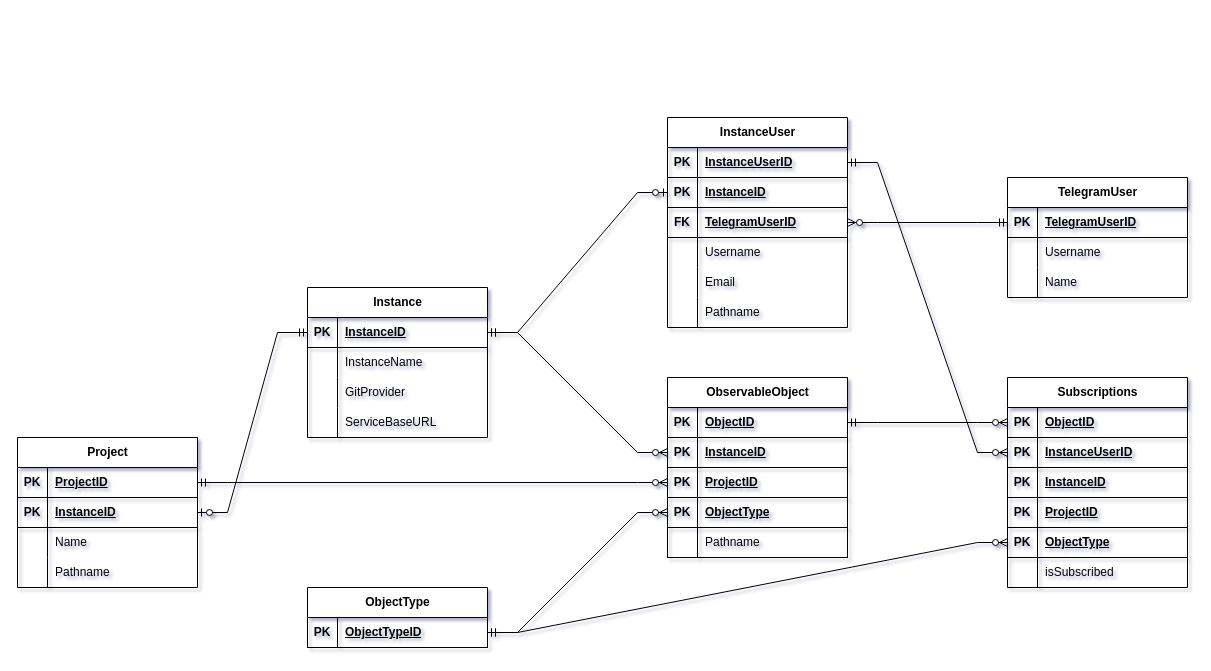
mosoveru/blamebot keeps this draw.io diagram as artifacts/ER-diagram.drawio. Above is the earlier version. Source tidied: cells renumbered, new cells numbered last; positions are measured from the earlier drawing's top-left corner, leaving out a move shared by most shapes. Both pictures are drawn from the tidied source at 100%, with x=0, y=0 at pixel (17, 117).
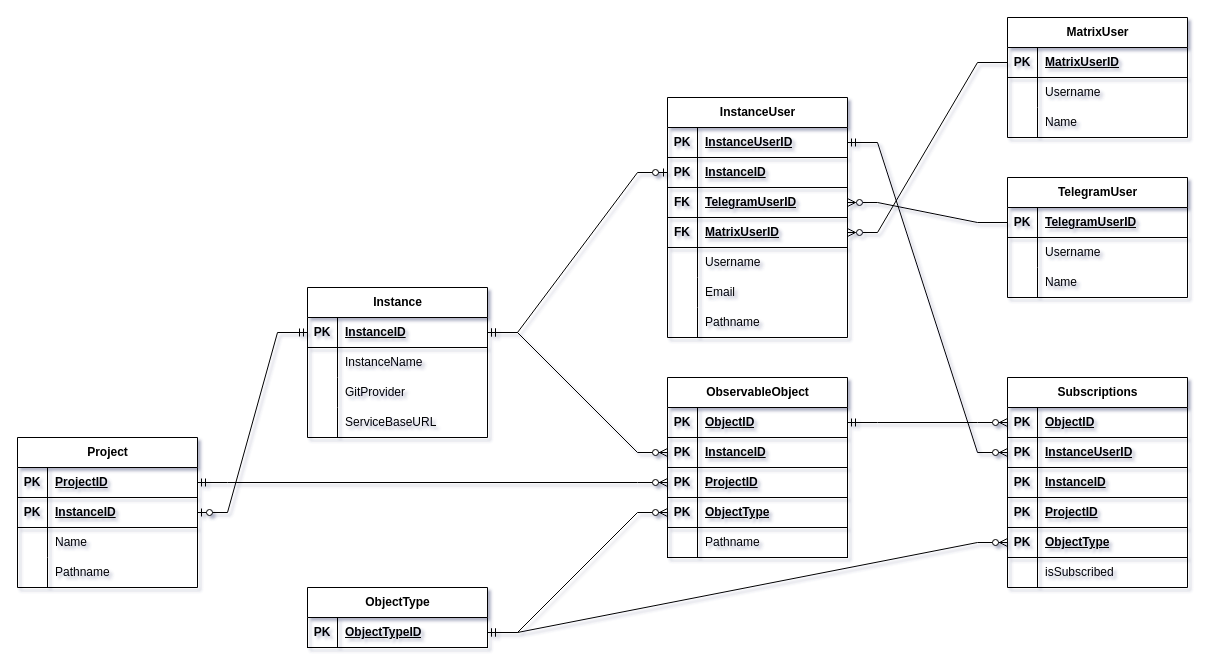
After the change.

Commit message:
chore: update ER diagram according new matrix bot interface

The change refers to these unchanged cells:
```xml
<mxCell id="16" style="shape=tableRow;horizontal=0;startSize=0;swimlaneHead=0;swimlaneBody=0;fillColor=none;points=[[0,0.5],[1,0.5]];portConstraint=eastwest;top=0;left=0;right=0;bottom=1;" parent="15" vertex="1">
  <mxGeometry y="30" width="180" height="30" as="geometry" />
</mxCell>
<mxCell id="83" style="shape=tableRow;horizontal=0;startSize=0;swimlaneHead=0;swimlaneBody=0;fillColor=none;points=[[0,0.5],[1,0.5]];portConstraint=eastwest;top=0;left=0;right=0;bottom=1;" parent="76" vertex="1">
  <mxGeometry y="90" width="180" height="30" as="geometry" />
</mxCell>
```

Diff of the diagram source:
```diff
@@
     <mxCell id="76" value="InstanceUser" style="shape=table;startSize=30;childLayout=tableLayout;rowLines=0;fontStyle=1;align=center;html=1;" parent="1" vertex="1">
-      <mxGeometry x="650" width="180" height="210" as="geometry" />
+      <mxGeometry x="650" y="-20" width="180" height="240" as="geometry" />
     </mxCell>
@@
+    <mxCell id="105" style="shape=tableRow;horizontal=0;startSize=0;swimlaneHead=0;swimlaneBody=0;fillColor=none;points=[[0,0.5],[1,0.5]];portConstraint=eastwest;top=0;left=0;right=0;bottom=1;" parent="76" vertex="1">
+      <mxGeometry y="120" width="180" height="30" as="geometry" />
+    </mxCell>
+    <mxCell id="106" value="FK" style="shape=partialRectangle;fillColor=none;top=0;left=0;bottom=0;right=0;fontStyle=1;overflow=hidden;whiteSpace=wrap;html=1;" parent="105" vertex="1">
+      <mxGeometry width="30" height="30" as="geometry" />
+    </mxCell>
+    <mxCell id="107" value="MatrixUserID" style="shape=partialRectangle;fillColor=none;top=0;left=0;bottom=0;right=0;align=left;spacingLeft=6;fontStyle=5;overflow=hidden;whiteSpace=wrap;html=1;" parent="105" vertex="1">
+      <mxGeometry x="30" width="150" height="30" as="geometry" />
+    </mxCell>
     <mxCell id="86" style="shape=tableRow;horizontal=0;startSize=0;swimlaneHead=0;swimlaneBody=0;fillColor=none;top=0;left=0;right=0;bottom=0;" parent="76" vertex="1">
-      <mxGeometry y="120" width="180" height="30" as="geometry" />
+      <mxGeometry y="150" width="180" height="30" as="geometry" />
     </mxCell>
@@
     <mxCell id="89" style="shape=tableRow;horizontal=0;startSize=0;swimlaneHead=0;swimlaneBody=0;fillColor=none;top=0;left=0;right=0;bottom=0;" parent="76" vertex="1">
-      <mxGeometry y="150" width="180" height="30" as="geometry" />
+      <mxGeometry y="180" width="180" height="30" as="geometry" />
     </mxCell>
@@
     <mxCell id="92" style="shape=tableRow;horizontal=0;startSize=0;swimlaneHead=0;swimlaneBody=0;fillColor=none;top=0;left=0;right=0;bottom=0;" parent="76" vertex="1">
-      <mxGeometry y="180" width="180" height="30" as="geometry" />
+      <mxGeometry y="210" width="180" height="30" as="geometry" />
     </mxCell>
@@
-    <mxCell id="95" style="edgeStyle=entityRelationEdgeStyle;fontSize=12;html=1;endArrow=ERzeroToMany;startArrow=ERmandOne;rounded=0;exitX=0;exitY=0.5;exitDx=0;exitDy=0;entryX=1;entryY=0.5;entryDx=0;entryDy=0;" parent="1" edge="1" source="16" target="83">
+    <mxCell id="95" style="edgeStyle=entityRelationEdgeStyle;fontSize=12;html=1;endArrow=ERzeroToMany;startArrow=none;rounded=0;exitX=0;exitY=0.5;exitDx=0;exitDy=0;entryX=1;entryY=0.5;entryDx=0;entryDy=0;endFill=0;startFill=0;" parent="1" edge="1" source="16" target="83">
       <mxGeometry relative="1" as="geometry">
         <Array as="points">
           <mxPoint x="1270" y="80" />
         </Array>
       </mxGeometry>
     </mxCell>
@@
+    <mxCell id="108" value="MatrixUser" style="shape=table;startSize=30;childLayout=tableLayout;rowLines=0;fontStyle=1;align=center;html=1;" parent="1" vertex="1">
+      <mxGeometry x="990" y="-100" width="180" height="120" as="geometry" />
+    </mxCell>
+    <mxCell id="109" style="shape=tableRow;horizontal=0;startSize=0;swimlaneHead=0;swimlaneBody=0;fillColor=none;points=[[0,0.5],[1,0.5]];portConstraint=eastwest;top=0;left=0;right=0;bottom=1;" parent="108" vertex="1">
+      <mxGeometry y="30" width="180" height="30" as="geometry" />
+    </mxCell>
+    <mxCell id="110" value="PK" style="shape=partialRectangle;fillColor=none;top=0;left=0;bottom=0;right=0;fontStyle=1;overflow=hidden;whiteSpace=wrap;html=1;" parent="109" vertex="1">
+      <mxGeometry width="30" height="30" as="geometry" />
+    </mxCell>
+    <mxCell id="111" value="MatrixUserID" style="shape=partialRectangle;fillColor=none;top=0;left=0;bottom=0;right=0;align=left;spacingLeft=6;fontStyle=5;overflow=hidden;whiteSpace=wrap;html=1;" parent="109" vertex="1">
+      <mxGeometry x="30" width="150" height="30" as="geometry" />
+    </mxCell>
+    <mxCell id="112" style="shape=tableRow;horizontal=0;startSize=0;swimlaneHead=0;swimlaneBody=0;fillColor=none;top=0;left=0;right=0;bottom=0;" parent="108" vertex="1">
+      <mxGeometry y="60" width="180" height="30" as="geometry" />
+    </mxCell>
+    <mxCell id="113" style="shape=partialRectangle;fillColor=none;top=0;left=0;bottom=0;right=0;overflow=hidden;whiteSpace=wrap;html=1;" parent="112" vertex="1">
+      <mxGeometry width="30" height="30" as="geometry" />
+    </mxCell>
+    <mxCell id="114" value="Username" style="shape=partialRectangle;fillColor=none;top=0;left=0;bottom=0;right=0;align=left;spacingLeft=6;overflow=hidden;whiteSpace=wrap;html=1;" parent="112" vertex="1">
+      <mxGeometry x="30" width="150" height="30" as="geometry" />
+    </mxCell>
+    <mxCell id="115" style="shape=tableRow;horizontal=0;startSize=0;swimlaneHead=0;swimlaneBody=0;fillColor=none;top=0;left=0;right=0;bottom=0;" parent="108" vertex="1">
+      <mxGeometry y="90" width="180" height="30" as="geometry" />
+    </mxCell>
+    <mxCell id="116" style="shape=partialRectangle;fillColor=none;top=0;left=0;bottom=0;right=0;overflow=hidden;whiteSpace=wrap;html=1;" parent="115" vertex="1">
+      <mxGeometry width="30" height="30" as="geometry" />
+    </mxCell>
+    <mxCell id="117" value="Name" style="shape=partialRectangle;fillColor=none;top=0;left=0;bottom=0;right=0;align=left;spacingLeft=6;overflow=hidden;whiteSpace=wrap;html=1;" parent="115" vertex="1">
+      <mxGeometry x="30" width="150" height="30" as="geometry" />
+    </mxCell>
+    <mxCell id="118" style="edgeStyle=entityRelationEdgeStyle;fontSize=12;html=1;endArrow=none;startArrow=ERzeroToMany;rounded=0;entryX=0;entryY=0.5;entryDx=0;entryDy=0;exitX=1;exitY=0.5;exitDx=0;exitDy=0;startFill=0;endFill=0;" parent="1" edge="1" source="105" target="109">
+      <mxGeometry relative="1" as="geometry">
+        <Array as="points">
+          <mxPoint x="1305" y="-87.5" />
+        </Array>
+      </mxGeometry>
+    </mxCell>
```
